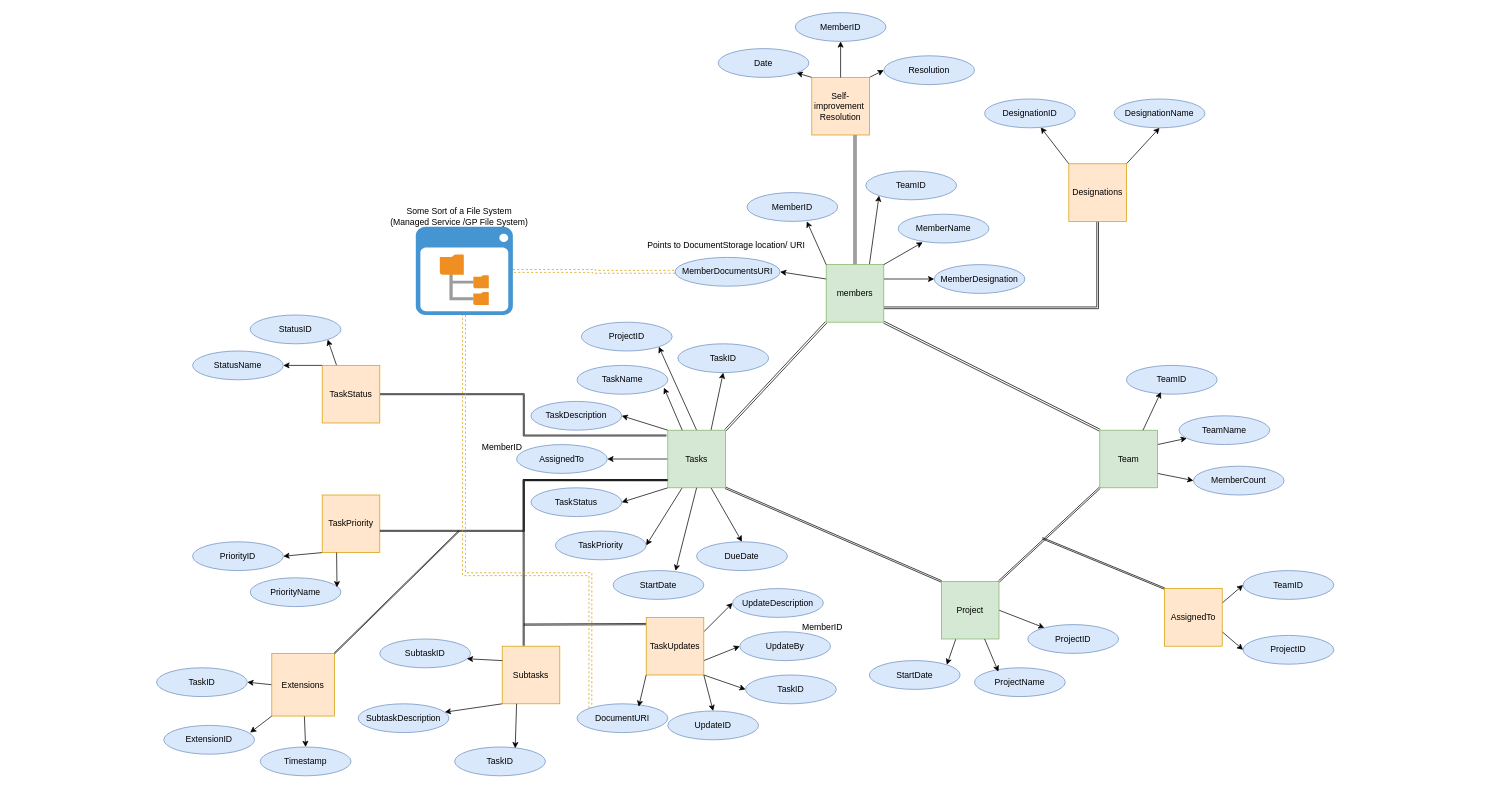
The draw.io diagram UVERP.drawio in last-brain-cell/draw.io_drawings, before the edit. Source tidied: cells renumbered, new cells numbered last; positions are measured from the earlier drawing's top-left corner, leaving out a move shared by most shapes. Both pictures are drawn from the tidied source at 72%, with x=0, y=0 at pixel (156, 12).
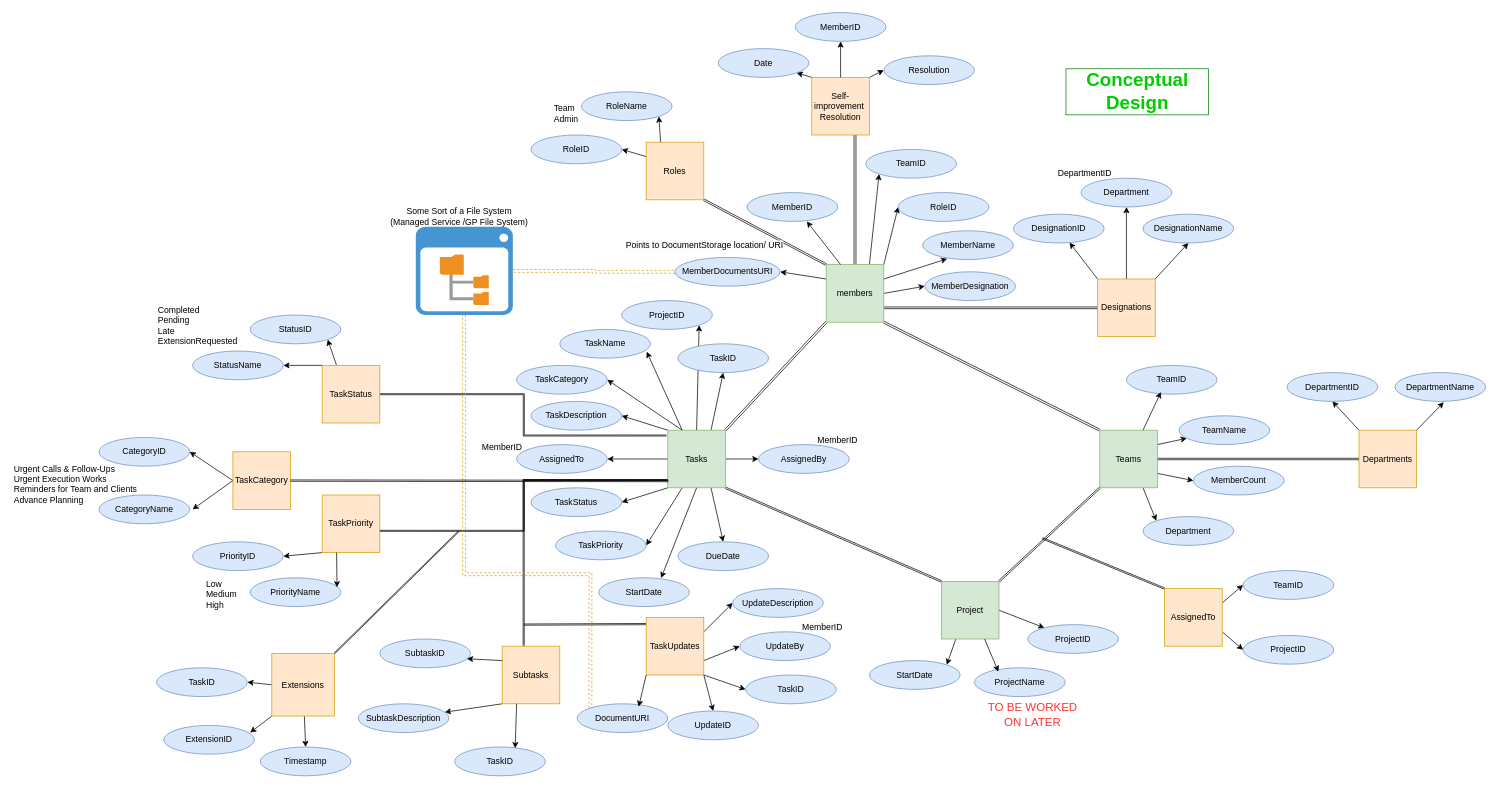
After the change.

The change refers to these unchanged cells:
```xml
<mxCell id="9" value="members" style="whiteSpace=wrap;html=1;fillColor=#d5e8d4;strokeColor=#82b366;" parent="1" vertex="1">
  <mxGeometry x="930" y="350" width="80" height="80" as="geometry" />
</mxCell>
<mxCell id="10" value="MemberID" style="ellipse;whiteSpace=wrap;html=1;fillColor=#dae8fc;strokeColor=#6c8ebf;" parent="1" vertex="1">
  <mxGeometry x="820" y="250" width="126" height="40" as="geometry" />
</mxCell>
<mxCell id="31" value="Tasks" style="whiteSpace=wrap;html=1;fillColor=#d5e8d4;strokeColor=#82b366;" parent="1" vertex="1">
  <mxGeometry x="710" y="580" width="80" height="80" as="geometry" />
</mxCell>
<mxCell id="76" style="group;" parent="1" vertex="1">
  <mxGeometry x="680" y="310" width="230" height="70" as="geometry" />
</mxCell>
```

What changed in the source:
```diff
@@
-    <mxCell id="3" style="rounded=0;jettySize=auto;html=1;exitX=1;exitY=0.25;exitDx=0;exitDy=0;entryX=0;entryY=0.5;entryDx=0;entryDy=0;" parent="1" edge="1" source="9" target="12">
+    <mxCell id="3" style="rounded=0;jettySize=auto;html=1;exitX=1;exitY=0.5;exitDx=0;exitDy=0;entryX=0;entryY=0.5;entryDx=0;entryDy=0;" parent="1" edge="1" source="9" target="12">
       <mxGeometry relative="1" as="geometry" />
     </mxCell>
-    <mxCell id="4" style="rounded=0;jettySize=auto;html=1;exitX=1;exitY=0.75;exitDx=0;exitDy=0;entryX=0.5;entryY=1;entryDx=0;entryDy=0;shape=link;strokeColor=default;width=2.3809523809523796;edgeStyle=orthogonalEdgeStyle;" parent="1" edge="1" source="9" target="18">
-      <mxGeometry relative="1" as="geometry">
-        <Array as="points">
-          <mxPoint x="1307" y="410" />
-        </Array>
-      </mxGeometry>
+    <mxCell id="4" style="rounded=0;jettySize=auto;html=1;exitX=1;exitY=0.75;exitDx=0;exitDy=0;entryX=0;entryY=0.5;entryDx=0;entryDy=0;shape=link;strokeColor=default;width=2.3809523809523796;edgeStyle=orthogonalEdgeStyle;" parent="1" edge="1" source="9" target="18">
+      <mxGeometry relative="1" as="geometry" />
     </mxCell>
@@
+    <mxCell id="120" style="rounded=0;jettySize=auto;html=1;exitX=0;exitY=0;exitDx=0;exitDy=0;entryX=1;entryY=1;entryDx=0;entryDy=0;shape=link;width=2.3809523809523796;" parent="1" edge="1" source="9" target="153">
+      <mxGeometry relative="1" as="geometry" />
+    </mxCell>
+    <mxCell id="121" style="rounded=0;jettySize=auto;html=1;exitX=1;exitY=0;exitDx=0;exitDy=0;entryX=0;entryY=0.5;entryDx=0;entryDy=0;" parent="1" edge="1" source="9" target="156">
+      <mxGeometry relative="1" as="geometry" />
+    </mxCell>
@@
     <mxCell id="11" value="MemberName" style="ellipse;whiteSpace=wrap;html=1;fillColor=#dae8fc;strokeColor=#6c8ebf;" parent="1" vertex="1">
-      <mxGeometry x="1030" y="280" width="126" height="40" as="geometry" />
+      <mxGeometry x="1064" y="303" width="126" height="40" as="geometry" />
     </mxCell>
     <mxCell id="12" value="MemberDesignation" style="ellipse;whiteSpace=wrap;html=1;fillColor=#dae8fc;strokeColor=#6c8ebf;" parent="1" vertex="1">
-      <mxGeometry x="1080" y="350" width="126" height="40" as="geometry" />
+      <mxGeometry x="1067" y="360" width="126" height="40" as="geometry" />
     </mxCell>
@@
-    <mxCell id="14" style="rounded=0;jettySize=auto;html=1;exitX=0;exitY=0;exitDx=0;exitDy=0;entryX=0.659;entryY=1;entryDx=0;entryDy=0;entryPerimeter=0;" parent="1" edge="1" source="9" target="10">
+    <mxCell id="14" style="rounded=0;jettySize=auto;html=1;exitX=0.25;exitY=0;exitDx=0;exitDy=0;entryX=0.659;entryY=1;entryDx=0;entryDy=0;entryPerimeter=0;" parent="1" edge="1" source="9" target="10">
       <mxGeometry relative="1" as="geometry" />
     </mxCell>
-    <mxCell id="15" style="rounded=0;jettySize=auto;html=1;exitX=1;exitY=0;exitDx=0;exitDy=0;entryX=0.27;entryY=0.975;entryDx=0;entryDy=0;entryPerimeter=0;" parent="1" edge="1" source="9" target="11">
+    <mxCell id="15" style="rounded=0;jettySize=auto;html=1;entryX=0.27;entryY=0.975;entryDx=0;entryDy=0;entryPerimeter=0;exitX=1;exitY=0.25;exitDx=0;exitDy=0;" parent="1" edge="1" source="9" target="11">
       <mxGeometry relative="1" as="geometry" />
     </mxCell>
@@
+    <mxCell id="122" style="edgeStyle=orthogonalEdgeStyle;rounded=0;jettySize=auto;html=1;exitX=0.5;exitY=0;exitDx=0;exitDy=0;entryX=0.5;entryY=1;entryDx=0;entryDy=0;" parent="1" edge="1" source="18" target="145">
+      <mxGeometry relative="1" as="geometry" />
+    </mxCell>
     <mxCell id="18" value="Designations" style="whiteSpace=wrap;html=1;fillColor=#ffe6cc;strokeColor=#d79b00;" parent="1" vertex="1">
-      <mxGeometry x="1267" y="210" width="80" height="80" as="geometry" />
+      <mxGeometry x="1307" y="370" width="80" height="80" as="geometry" />
     </mxCell>
     <mxCell id="19" value="DesignationID" style="ellipse;whiteSpace=wrap;html=1;fillColor=#dae8fc;strokeColor=#6c8ebf;" parent="1" vertex="1">
-      <mxGeometry x="1150" y="120" width="126" height="40" as="geometry" />
+      <mxGeometry x="1190" y="280" width="126" height="40" as="geometry" />
     </mxCell>
     <mxCell id="20" value="DesignationName" style="ellipse;whiteSpace=wrap;html=1;fillColor=#dae8fc;strokeColor=#6c8ebf;" parent="1" vertex="1">
-      <mxGeometry x="1330" y="120" width="126" height="40" as="geometry" />
+      <mxGeometry x="1370" y="280" width="126" height="40" as="geometry" />
     </mxCell>
@@
+    <mxCell id="123" style="rounded=0;jettySize=auto;html=1;exitX=1;exitY=0.5;exitDx=0;exitDy=0;entryX=0;entryY=0.5;entryDx=0;entryDy=0;" parent="1" edge="1" source="31" target="128">
+      <mxGeometry relative="1" as="geometry" />
+    </mxCell>
+    <mxCell id="124" style="rounded=0;jettySize=auto;html=1;exitX=0.25;exitY=0;exitDx=0;exitDy=0;entryX=1;entryY=0.5;entryDx=0;entryDy=0;" parent="1" edge="1" source="31" target="137">
+      <mxGeometry relative="1" as="geometry" />
+    </mxCell>
@@
     <mxCell id="32" value="TaskName" style="ellipse;whiteSpace=wrap;html=1;fillColor=#dae8fc;strokeColor=#6c8ebf;" parent="1" vertex="1">
-      <mxGeometry x="584" y="490" width="126" height="40" as="geometry" />
+      <mxGeometry x="560" y="440" width="126" height="40" as="geometry" />
     </mxCell>
@@
     <mxCell id="36" value="StartDate" style="ellipse;whiteSpace=wrap;html=1;fillColor=#dae8fc;strokeColor=#6c8ebf;" parent="1" vertex="1">
-      <mxGeometry x="634" y="775" width="126" height="40" as="geometry" />
+      <mxGeometry x="614" y="785" width="126" height="40" as="geometry" />
     </mxCell>
     <mxCell id="37" value="DueDate" style="ellipse;whiteSpace=wrap;html=1;fillColor=#dae8fc;strokeColor=#6c8ebf;" parent="1" vertex="1">
-      <mxGeometry x="750" y="735" width="126" height="40" as="geometry" />
+      <mxGeometry x="724" y="735" width="126" height="40" as="geometry" />
     </mxCell>
@@
     <mxCell id="52" value="ProjectID" style="ellipse;whiteSpace=wrap;html=1;fillColor=#dae8fc;strokeColor=#6c8ebf;" parent="1" vertex="1">
-      <mxGeometry x="590" y="430" width="126" height="40" as="geometry" />
+      <mxGeometry x="646" y="400" width="126" height="40" as="geometry" />
     </mxCell>
@@
     <mxCell id="78" value="&lt;span style=&quot;color: rgb(0, 0, 0); font-family: Helvetica; font-size: 12px; font-style: normal; font-variant-ligatures: normal; font-variant-caps: normal; font-weight: 400; letter-spacing: normal; orphans: 2; text-align: center; text-indent: 0px; text-transform: none; widows: 2; word-spacing: 0px; -webkit-text-stroke-width: 0px; white-space: normal; background-color: rgb(251, 251, 251); text-decoration-thickness: initial; text-decoration-style: initial; text-decoration-color: initial; display: inline !important; float: none;&quot;&gt;Points to DocumentStorage location/ URI&lt;/span&gt;" style="text;whiteSpace=wrap;html=1;" parent="76" vertex="1">
-      <mxGeometry width="230" height="40" as="geometry" />
+      <mxGeometry x="-30" width="230" height="40" as="geometry" />
     </mxCell>
@@
+    <mxCell id="125" style="rounded=0;jettySize=auto;html=1;exitX=0.75;exitY=1;exitDx=0;exitDy=0;entryX=0;entryY=0;entryDx=0;entryDy=0;" parent="1" edge="1" source="100" target="131">
+      <mxGeometry relative="1" as="geometry" />
+    </mxCell>
+    <mxCell id="126" style="rounded=0;jettySize=auto;html=1;exitX=1;exitY=0.5;exitDx=0;exitDy=0;entryX=0;entryY=0.5;entryDx=0;entryDy=0;shape=link;width=-2;" parent="1" edge="1" source="100" target="133">
+      <mxGeometry relative="1" as="geometry" />
+    </mxCell>
-    <mxCell id="100" value="Team" style="whiteSpace=wrap;html=1;fillColor=#d5e8d4;strokeColor=#82b366;" parent="1" vertex="1">
+    <mxCell id="100" value="Teams" style="whiteSpace=wrap;html=1;fillColor=#d5e8d4;strokeColor=#82b366;" parent="1" vertex="1">
       <mxGeometry x="1310" y="580" width="80" height="80" as="geometry" />
     </mxCell>
@@
     <mxCell id="115" value="TeamID" style="ellipse;whiteSpace=wrap;html=1;fillColor=#dae8fc;strokeColor=#6c8ebf;" parent="1" vertex="1">
-      <mxGeometry x="985" y="220" width="126" height="40" as="geometry" />
+      <mxGeometry x="985" y="190" width="126" height="40" as="geometry" />
     </mxCell>
@@
+    <mxCell id="127" style="group;" parent="1" vertex="1">
+      <mxGeometry x="836" y="580" width="170" height="60" as="geometry" />
+    </mxCell>
+    <mxCell id="128" value="AssignedBy" style="ellipse;whiteSpace=wrap;html=1;fillColor=#dae8fc;strokeColor=#6c8ebf;" parent="127" vertex="1">
+      <mxGeometry y="20" width="126" height="40" as="geometry" />
+    </mxCell>
+    <mxCell id="129" value="&lt;span style=&quot;color: rgb(0, 0, 0); font-family: Helvetica; font-size: 12px; font-style: normal; font-variant-ligatures: normal; font-variant-caps: normal; font-weight: 400; letter-spacing: normal; orphans: 2; text-align: center; text-indent: 0px; text-transform: none; widows: 2; word-spacing: 0px; -webkit-text-stroke-width: 0px; white-space: normal; background-color: rgb(251, 251, 251); text-decoration-thickness: initial; text-decoration-style: initial; text-decoration-color: initial; display: inline !important; float: none;&quot;&gt;MemberID&lt;/span&gt;" style="text;whiteSpace=wrap;html=1;" parent="127" vertex="1">
+      <mxGeometry x="80" width="90" height="40" as="geometry" />
+    </mxCell>
+    <mxCell id="130" value="TO BE WORKED ON LATER" style="text;html=1;align=center;verticalAlign=middle;whiteSpace=wrap;rounded=0;fontSize=16;fontColor=#FF3333;" parent="1" vertex="1">
+      <mxGeometry x="1150" y="960" width="134" height="30" as="geometry" />
+    </mxCell>
+    <mxCell id="131" value="Department" style="ellipse;whiteSpace=wrap;html=1;fillColor=#dae8fc;strokeColor=#6c8ebf;" parent="1" vertex="1">
+      <mxGeometry x="1370" y="700" width="126" height="40" as="geometry" />
+    </mxCell>
+    <mxCell id="132" style="rounded=0;jettySize=auto;html=1;exitX=0;exitY=0;exitDx=0;exitDy=0;entryX=0.5;entryY=1;entryDx=0;entryDy=0;" parent="1" edge="1" source="133" target="134">
+      <mxGeometry relative="1" as="geometry" />
+    </mxCell>
+    <mxCell id="133" value="Departments" style="whiteSpace=wrap;html=1;fillColor=#ffe6cc;strokeColor=#d79b00;" parent="1" vertex="1">
+      <mxGeometry x="1670" y="580" width="80" height="80" as="geometry" />
+    </mxCell>
+    <mxCell id="134" value="DepartmentID" style="ellipse;whiteSpace=wrap;html=1;fillColor=#dae8fc;strokeColor=#6c8ebf;" parent="1" vertex="1">
+      <mxGeometry x="1570" y="500" width="126" height="40" as="geometry" />
+    </mxCell>
+    <mxCell id="135" value="DepartmentName" style="ellipse;whiteSpace=wrap;html=1;fillColor=#dae8fc;strokeColor=#6c8ebf;" parent="1" vertex="1">
+      <mxGeometry x="1720" y="500" width="126" height="40" as="geometry" />
+    </mxCell>
+    <mxCell id="136" style="rounded=0;jettySize=auto;html=1;exitX=1;exitY=0;exitDx=0;exitDy=0;entryX=0.537;entryY=1.03;entryDx=0;entryDy=0;entryPerimeter=0;" parent="1" edge="1" source="133" target="135">
+      <mxGeometry relative="1" as="geometry" />
+    </mxCell>
+    <mxCell id="137" value="TaskCategory" style="ellipse;whiteSpace=wrap;html=1;fillColor=#dae8fc;strokeColor=#6c8ebf;" parent="1" vertex="1">
+      <mxGeometry x="500" y="490" width="126" height="40" as="geometry" />
+    </mxCell>
+    <mxCell id="138" style="rounded=0;jettySize=auto;html=1;exitX=0;exitY=0.5;exitDx=0;exitDy=0;entryX=1;entryY=0.5;entryDx=0;entryDy=0;" parent="1" edge="1" source="140" target="143">
+      <mxGeometry relative="1" as="geometry" />
+    </mxCell>
+    <mxCell id="139" style="rounded=0;jettySize=auto;html=1;exitX=0;exitY=0.5;exitDx=0;exitDy=0;" parent="1" edge="1" source="140">
+      <mxGeometry relative="1" as="geometry">
+        <mxPoint x="50" y="690" as="targetPoint" />
+      </mxGeometry>
+    </mxCell>
+    <mxCell id="140" value="TaskCategory" style="whiteSpace=wrap;html=1;fillColor=#ffe6cc;strokeColor=#d79b00;" parent="1" vertex="1">
+      <mxGeometry x="106" y="610" width="80" height="80" as="geometry" />
+    </mxCell>
+    <mxCell id="141" value="CategoryName" style="ellipse;whiteSpace=wrap;html=1;fillColor=#dae8fc;strokeColor=#6c8ebf;" parent="1" vertex="1">
+      <mxGeometry x="-80" y="670" width="126" height="40" as="geometry" />
+    </mxCell>
+    <mxCell id="142" value="Urgent Calls &amp; Follow-Ups&#10;Urgent Execution Works&#10;Reminders for Team and Clients&#10;Advance Planning" style="text;whiteSpace=wrap;" parent="1" vertex="1">
+      <mxGeometry x="-200" y="620" width="200" height="80" as="geometry" />
+    </mxCell>
+    <mxCell id="143" value="CategoryID" style="ellipse;whiteSpace=wrap;html=1;fillColor=#dae8fc;strokeColor=#6c8ebf;" parent="1" vertex="1">
+      <mxGeometry x="-80" y="590" width="126" height="40" as="geometry" />
+    </mxCell>
+    <mxCell id="144" style="group;" parent="1" vertex="1">
+      <mxGeometry x="1250" y="210" width="160" height="60" as="geometry" />
+    </mxCell>
+    <mxCell id="145" value="Department" style="ellipse;whiteSpace=wrap;html=1;fillColor=#dae8fc;strokeColor=#6c8ebf;" parent="144" vertex="1">
+      <mxGeometry x="34" y="20" width="126" height="40" as="geometry" />
+    </mxCell>
+    <mxCell id="146" value="&lt;span style=&quot;color: rgb(0, 0, 0); font-family: Helvetica; font-size: 12px; font-style: normal; font-variant-ligatures: normal; font-variant-caps: normal; font-weight: 400; letter-spacing: normal; orphans: 2; text-align: center; text-indent: 0px; text-transform: none; widows: 2; word-spacing: 0px; -webkit-text-stroke-width: 0px; white-space: normal; background-color: rgb(251, 251, 251); text-decoration-thickness: initial; text-decoration-style: initial; text-decoration-color: initial; display: inline !important; float: none;&quot;&gt;DepartmentID&lt;/span&gt;" style="text;whiteSpace=wrap;html=1;" parent="144" vertex="1">
+      <mxGeometry width="100" height="40" as="geometry" />
+    </mxCell>
+    <mxCell id="147" value="Completed&#10;Pending&#10;Late&#10;ExtensionRequested&#10;" style="text;whiteSpace=wrap;" parent="1" vertex="1">
+      <mxGeometry y="400" width="200" height="80" as="geometry" />
+    </mxCell>
+    <mxCell id="148" value="Low&#10;Medium&#10;High" style="text;whiteSpace=wrap;" parent="1" vertex="1">
+      <mxGeometry x="67" y="780" width="50" height="60" as="geometry" />
+    </mxCell>
+    <mxCell id="149" style="shape=link;html=1;rounded=0;exitX=1;exitY=0.5;exitDx=0;exitDy=0;width=1.9230769230769234;entryX=0.011;entryY=0.882;entryDx=0;entryDy=0;entryPerimeter=0;" parent="1" edge="1" source="140" target="31">
+      <mxGeometry relative="1" as="geometry" />
+    </mxCell>
+    <mxCell id="150" value="Conceptual Design" style="text;html=1;align=center;verticalAlign=middle;whiteSpace=wrap;rounded=0;fontSize=26;fontColor=#00CC00;fontStyle=1;labelBorderColor=#007c00;labelBackgroundColor=default;" parent="1" vertex="1">
+      <mxGeometry x="1262" y="80" width="201" height="60" as="geometry" />
+    </mxCell>
+    <mxCell id="151" style="rounded=0;jettySize=auto;html=1;exitX=0.25;exitY=0;exitDx=0;exitDy=0;entryX=1;entryY=1;entryDx=0;entryDy=0;" parent="1" edge="1" source="153" target="155">
+      <mxGeometry relative="1" as="geometry" />
+    </mxCell>
+    <mxCell id="152" style="rounded=0;jettySize=auto;html=1;exitX=0;exitY=0.25;exitDx=0;exitDy=0;entryX=1;entryY=0.5;entryDx=0;entryDy=0;" parent="1" edge="1" source="153" target="154">
+      <mxGeometry relative="1" as="geometry" />
+    </mxCell>
+    <mxCell id="153" value="Roles" style="whiteSpace=wrap;html=1;fillColor=#ffe6cc;strokeColor=#d79b00;" parent="1" vertex="1">
+      <mxGeometry x="680" y="180" width="80" height="80" as="geometry" />
+    </mxCell>
+    <mxCell id="154" value="RoleID" style="ellipse;whiteSpace=wrap;html=1;fillColor=#dae8fc;strokeColor=#6c8ebf;" parent="1" vertex="1">
+      <mxGeometry x="520" y="170" width="126" height="40" as="geometry" />
+    </mxCell>
+    <mxCell id="155" value="RoleName" style="ellipse;whiteSpace=wrap;html=1;fillColor=#dae8fc;strokeColor=#6c8ebf;" parent="1" vertex="1">
+      <mxGeometry x="590" y="110" width="126" height="40" as="geometry" />
+    </mxCell>
+    <mxCell id="156" value="RoleID" style="ellipse;whiteSpace=wrap;html=1;fillColor=#dae8fc;strokeColor=#6c8ebf;" parent="1" vertex="1">
+      <mxGeometry x="1030" y="250" width="126" height="40" as="geometry" />
+    </mxCell>
+    <mxCell id="157" value="&lt;div style=&quot;&quot;&gt;&lt;span style=&quot;background-color: initial;&quot;&gt;Team&lt;/span&gt;&lt;/div&gt;&lt;div&gt;Admin&lt;/div&gt;" style="text;html=1;align=left;verticalAlign=middle;strokeColor=none;fillColor=none;" parent="1" vertex="1">
+      <mxGeometry x="550" y="120" width="60" height="40" as="geometry" />
+    </mxCell>
```
